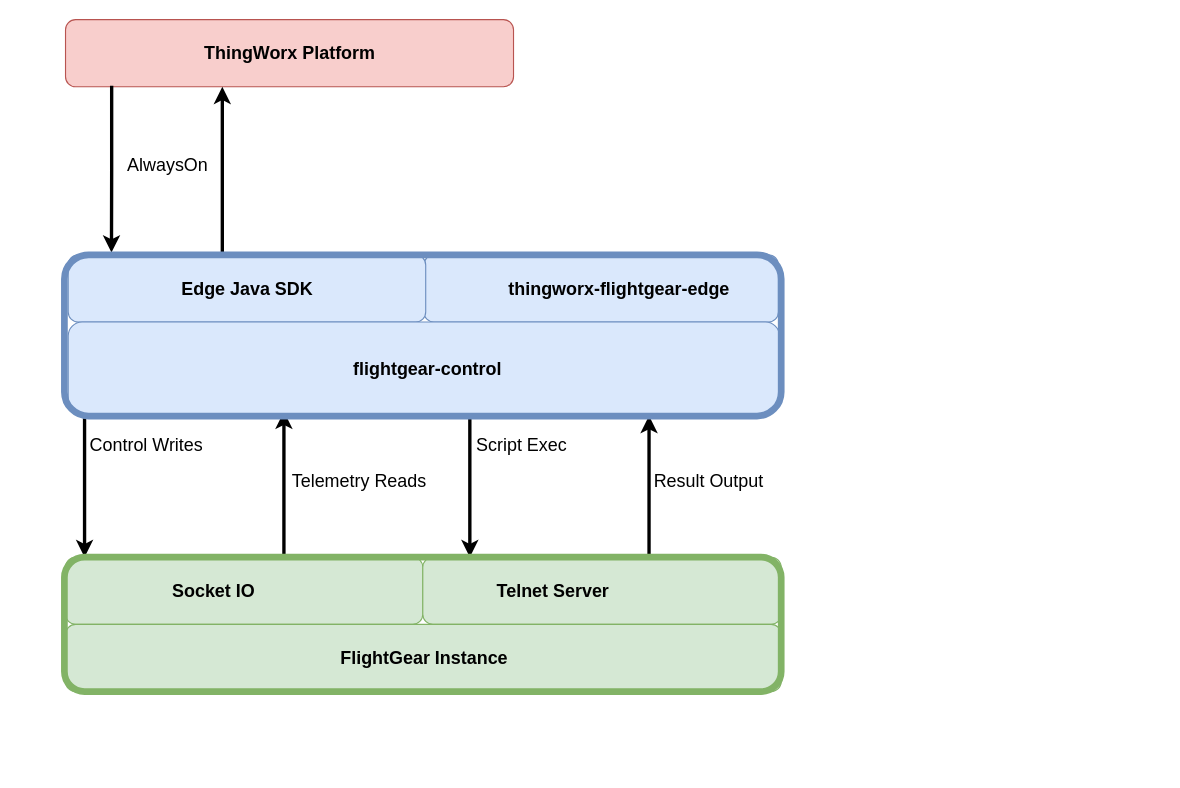
Earlier version of the draw.io diagram doc/twx-fg-edge-entities.drawio (jas0ndiamond/thingworx-flightgear-edge). Source tidied: cells renumbered, new cells numbered last; positions are measured from the earlier drawing's top-left corner, leaving out a move shared by most shapes. Both pictures are drawn from the tidied source at 112%, with x=0, y=0 at pixel (64, 19).
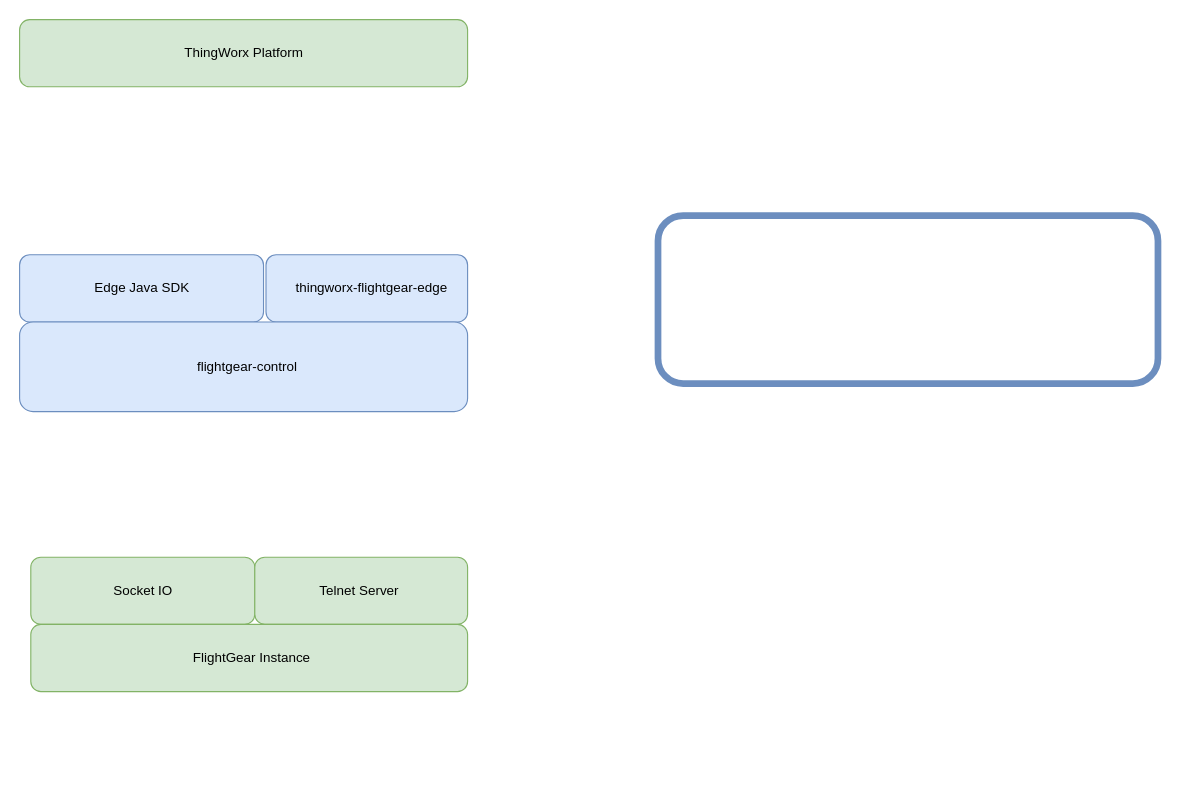
The same diagram, later.

Diff of the diagram source:
```diff
@@
     <mxCell id="2" style="group;" parent="1" vertex="1">
-      <mxGeometry x="1" y="480" width="319" height="60" as="geometry" />
+      <mxGeometry x="-30" y="480" width="200" height="60" as="geometry" />
     </mxCell>
     <mxCell id="3" style="rounded=1;whiteSpace=wrap;html=1;strokeWidth=1;fillColor=#d5e8d4;strokeColor=#82b366;" parent="2" vertex="1">
-      <mxGeometry width="319" height="60" as="geometry" />
+      <mxGeometry width="200" height="60" as="geometry" />
     </mxCell>
-    <mxCell id="4" value="&lt;b&gt;&lt;font style=&quot;font-size: 16px&quot;&gt;Socket IO&lt;/font&gt;&lt;/b&gt;" style="text;html=1;align=center;verticalAlign=middle;fillColor=none;strokeColor=none;rounded=0;" parent="2" vertex="1">
-      <mxGeometry x="86.9" y="20" width="90" height="20" as="geometry" />
+    <mxCell id="4" value="Socket IO" style="text;html=1;align=center;verticalAlign=middle;fillColor=none;strokeColor=none;rounded=0;" parent="2" vertex="1">
+      <mxGeometry x="65" y="20" width="70" height="20" as="geometry" />
     </mxCell>
     <mxCell id="5" style="group;" parent="1" vertex="1">
-      <mxGeometry x="320" y="480" width="320" height="60" as="geometry" />
+      <mxGeometry x="170" y="480" width="190" height="60" as="geometry" />
     </mxCell>
     <mxCell id="6" style="rounded=1;whiteSpace=wrap;html=1;strokeWidth=1;fillColor=#d5e8d4;strokeColor=#82b366;" parent="5" vertex="1">
-      <mxGeometry width="320" height="60" as="geometry" />
+      <mxGeometry width="190" height="60" as="geometry" />
     </mxCell>
-    <mxCell id="7" value="&lt;div style=&quot;font-size: 16px&quot;&gt;&lt;b&gt;Telnet Server&lt;/b&gt;&lt;/div&gt;" style="text;html=1;align=center;verticalAlign=middle;fillColor=none;strokeColor=none;rounded=0;" parent="5" vertex="1">
-      <mxGeometry x="56" y="20" width="120" height="20" as="geometry" />
+    <mxCell id="7" value="&lt;div&gt;Telnet Server&lt;/div&gt;" style="text;html=1;align=center;verticalAlign=middle;fillColor=none;strokeColor=none;rounded=0;" parent="5" vertex="1">
+      <mxGeometry x="47.5" y="20" width="90" height="20" as="geometry" />
     </mxCell>
+    <mxCell id="33" style="group;" parent="1" vertex="1">
+      <mxGeometry x="-30" y="540" width="390" height="60" as="geometry" />
+    </mxCell>
+    <mxCell id="20" style="rounded=1;whiteSpace=wrap;html=1;strokeColor=#82B366;strokeWidth=1;fillColor=#D5E8D4;" parent="33" vertex="1">
+      <mxGeometry width="390" height="60" as="geometry" />
+    </mxCell>
+    <mxCell id="21" value="FlightGear Instance" style="text;html=1;align=center;verticalAlign=middle;fillColor=none;strokeColor=none;rounded=0;" parent="33" vertex="1">
+      <mxGeometry x="136.5" y="20" width="120" height="20" as="geometry" />
+    </mxCell>
-    <mxCell id="8" style="rounded=1;whiteSpace=wrap;html=1;strokeColor=#b85450;strokeWidth=1;fillColor=#f8cecc;" parent="1" vertex="1">
-      <mxGeometry x="1" width="400" height="60" as="geometry" />
+    <mxCell id="8" style="rounded=1;whiteSpace=wrap;html=1;strokeColor=#82B366;strokeWidth=1;fillColor=#D5E8D4;" parent="1" vertex="1">
+      <mxGeometry x="-40" width="400" height="60" as="geometry" />
     </mxCell>
+    <mxCell id="32" style="rounded=1;whiteSpace=wrap;html=1;fillColor=none;strokeColor=#6c8ebf;strokeWidth=6;" parent="1" vertex="1">
+      <mxGeometry x="530" y="175" width="446.4" height="150" as="geometry" />
+    </mxCell>
+    <mxCell id="34" style="group;" parent="1" vertex="1">
+      <mxGeometry x="-30" y="210" width="217.8" height="60" as="geometry" />
+    </mxCell>
+    <mxCell id="35" style="group;" parent="34" vertex="1">
+      <mxGeometry x="-10" width="217.8" height="60" as="geometry" />
+    </mxCell>
+    <mxCell id="22" style="rounded=1;whiteSpace=wrap;html=1;fillColor=#dae8fc;strokeColor=#6c8ebf;noLabel=0;" parent="35" vertex="1">
+      <mxGeometry width="217.8" height="60" as="geometry" />
+    </mxCell>
+    <mxCell id="23" value="&lt;div&gt;Edge Java SDK&lt;/div&gt;" style="text;html=1;align=center;verticalAlign=middle;fillColor=none;strokeColor=none;rounded=0;" parent="35" vertex="1">
+      <mxGeometry x="58.9" y="20" width="100" height="20" as="geometry" />
+    </mxCell>
     <mxCell id="9" style="group;" parent="1" vertex="1">
-      <mxGeometry x="171" y="210" width="469" height="60" as="geometry" />
+      <mxGeometry x="180" y="210" width="180" height="60" as="geometry" />
     </mxCell>
     <mxCell id="10" style="rounded=1;whiteSpace=wrap;html=1;fillColor=#dae8fc;strokeColor=#6c8ebf;" parent="9" vertex="1">
-      <mxGeometry x="150" width="316.5" height="60" as="geometry" />
+      <mxGeometry width="180" height="60" as="geometry" />
     </mxCell>
-    <mxCell id="11" value="&lt;div style=&quot;font-size: 16px&quot;&gt;&lt;b&gt;ThingWorx Platform&lt;/b&gt;&lt;/div&gt;" style="text;html=1;align=center;verticalAlign=middle;fillColor=none;strokeColor=none;rounded=0;" parent="1" vertex="1">
-      <mxGeometry x="116" y="20" width="170" height="20" as="geometry" />
-    </mxCell>
-    <mxCell id="12" style="edgeStyle=orthogonalEdgeStyle;rounded=0;jettySize=auto;html=1;strokeWidth=3;" parent="1" edge="1" source="22">
-      <mxGeometry relative="1" as="geometry">
-        <mxPoint x="141" y="60" as="targetPoint" />
-        <Array as="points">
-          <mxPoint x="141" y="60" />
-        </Array>
-      </mxGeometry>
-    </mxCell>
-    <mxCell id="13" style="edgeStyle=orthogonalEdgeStyle;rounded=0;orthogonalLoop=1;jettySize=auto;html=1;strokeWidth=3;" parent="1" edge="1">
-      <mxGeometry relative="1" as="geometry">
-        <mxPoint x="18" y="356" as="sourcePoint" />
-        <mxPoint x="18" y="480" as="targetPoint" />
-        <Array as="points">
-          <mxPoint x="18" y="450" />
-          <mxPoint x="18" y="450" />
-        </Array>
-      </mxGeometry>
-    </mxCell>
-    <mxCell id="14" style="edgeStyle=orthogonalEdgeStyle;rounded=0;orthogonalLoop=1;jettySize=auto;html=1;strokeWidth=3;" parent="1" edge="1">
-      <mxGeometry relative="1" as="geometry">
-        <mxPoint x="196" y="480" as="sourcePoint" />
-        <mxPoint x="196" y="350" as="targetPoint" />
-        <Array as="points">
-          <mxPoint x="196" y="350" />
-        </Array>
-      </mxGeometry>
-    </mxCell>
-    <mxCell id="15" style="edgeStyle=orthogonalEdgeStyle;rounded=0;orthogonalLoop=1;jettySize=auto;html=1;strokeWidth=3;" parent="1" edge="1">
-      <mxGeometry relative="1" as="geometry">
-        <mxPoint x="362" y="353.8" as="sourcePoint" />
-        <mxPoint x="362" y="480" as="targetPoint" />
-        <Array as="points">
-          <mxPoint x="362" y="475" />
-        </Array>
-      </mxGeometry>
-    </mxCell>
-    <mxCell id="16" style="edgeStyle=orthogonalEdgeStyle;rounded=0;orthogonalLoop=1;jettySize=auto;html=1;strokeWidth=3;" parent="1" edge="1">
-      <mxGeometry relative="1" as="geometry">
-        <mxPoint x="522" y="480" as="sourcePoint" />
-        <mxPoint x="522" y="353.8" as="targetPoint" />
-        <Array as="points">
-          <mxPoint x="522" y="430" />
-          <mxPoint x="522" y="430" />
-        </Array>
-      </mxGeometry>
-    </mxCell>
-    <mxCell id="17" style="edgeStyle=orthogonalEdgeStyle;rounded=0;jettySize=auto;html=1;exitX=0.103;exitY=0.983;exitDx=0;exitDy=0;exitPerimeter=0;entryX=0.121;entryY=-0.033;entryDx=0;entryDy=0;entryPerimeter=0;shadow=0;strokeWidth=3;" parent="1" edge="1" source="8" target="22">
-      <mxGeometry relative="1" as="geometry" />
-    </mxCell>
-    <mxCell id="18" value="AlwaysOn" style="text;html=1;align=center;verticalAlign=middle;fillColor=none;strokeColor=none;rounded=0;fontSize=16;" parent="1" vertex="1">
-      <mxGeometry x="47" y="120" width="90" height="20" as="geometry" />
-    </mxCell>
-    <mxCell id="19" value="Control Writes" style="text;html=1;align=center;verticalAlign=middle;fillColor=none;strokeColor=none;rounded=0;fontSize=16;" parent="1" vertex="1">
-      <mxGeometry x="13" y="370" width="120" height="20" as="geometry" />
-    </mxCell>
-    <mxCell id="20" style="rounded=1;whiteSpace=wrap;html=1;strokeColor=#82B366;strokeWidth=1;fillColor=#D5E8D4;" parent="1" vertex="1">
-      <mxGeometry x="1" y="540" width="639" height="60" as="geometry" />
-    </mxCell>
-    <mxCell id="21" value="&lt;font style=&quot;font-size: 16px&quot;&gt;&lt;b&gt;FlightGear Instance&lt;/b&gt;&lt;/font&gt;" style="text;html=1;align=center;verticalAlign=middle;fillColor=none;strokeColor=none;rounded=0;" parent="1" vertex="1">
-      <mxGeometry x="240.5" y="560" width="160" height="20" as="geometry" />
-    </mxCell>
-    <mxCell id="22" style="rounded=1;whiteSpace=wrap;html=1;fillColor=#dae8fc;strokeColor=#6c8ebf;noLabel=0;" parent="1" vertex="1">
-      <mxGeometry x="3.4" y="210" width="319.2" height="60" as="geometry" />
-    </mxCell>
-    <mxCell id="23" value="&lt;div style=&quot;font-size: 16px&quot;&gt;&lt;b&gt;Edge Java SDK&lt;/b&gt;&lt;/div&gt;" style="text;html=1;align=center;verticalAlign=middle;fillColor=none;strokeColor=none;rounded=0;" parent="1" vertex="1">
-      <mxGeometry x="98" y="230" width="130" height="20" as="geometry" />
-    </mxCell>
+    <mxCell id="28" value="thingworx-flightgear-edge" style="text;html=1;align=center;verticalAlign=middle;fillColor=none;strokeColor=none;rounded=0;" parent="9" vertex="1">
+      <mxGeometry x="18.9" y="20" width="150" height="20" as="geometry" />
+    </mxCell>
-    <mxCell id="24" style="group;rotation=90;" parent="1" vertex="1">
-      <mxGeometry x="3.4" y="270" width="641" height="157.1" as="geometry" />
+    <mxCell id="24" style="group;" parent="1" vertex="1">
+      <mxGeometry x="-40" y="270" width="400" height="80" as="geometry" />
     </mxCell>
     <mxCell id="25" style="rounded=1;whiteSpace=wrap;html=1;fillColor=#dae8fc;strokeColor=#6c8ebf;" parent="24" vertex="1">
-      <mxGeometry width="635" height="82.5" as="geometry" />
+      <mxGeometry width="400" height="80" as="geometry" />
     </mxCell>
-    <mxCell id="26" value="&lt;div style=&quot;font-size: 16px&quot;&gt;&lt;b&gt;flightgear-control&lt;/b&gt;&lt;/div&gt;" style="text;html=1;align=center;verticalAlign=middle;fillColor=none;strokeColor=none;rounded=0;" parent="24" vertex="1">
-      <mxGeometry x="245.4" y="31.9" width="150" height="20" as="geometry" />
+    <mxCell id="26" value="&lt;div&gt;flightgear-control&lt;/div&gt;" style="text;html=1;align=center;verticalAlign=middle;fillColor=none;strokeColor=none;rounded=0;" parent="24" vertex="1">
+      <mxGeometry x="152.9" y="30" width="100" height="20" as="geometry" />
     </mxCell>
-    <mxCell id="27" value="&lt;div&gt;Telemetry Reads&lt;/div&gt;" style="text;html=1;align=center;verticalAlign=middle;fillColor=none;strokeColor=none;rounded=0;fontSize=16;" parent="24" vertex="1">
-      <mxGeometry x="189.2" y="132.2" width="140" height="20" as="geometry" />
-    </mxCell>
-    <mxCell id="28" value="&lt;b&gt;&lt;font style=&quot;font-size: 16px&quot;&gt;thingworx-flightgear-edge&lt;/font&gt;&lt;/b&gt;" style="text;html=1;align=center;verticalAlign=middle;fillColor=none;strokeColor=none;rounded=0;" parent="1" vertex="1">
-      <mxGeometry x="390" y="230" width="210" height="20" as="geometry" />
-    </mxCell>
-    <mxCell id="29" value="Script Exec" style="text;html=1;align=center;verticalAlign=middle;fillColor=none;strokeColor=none;rounded=0;fontSize=16;" parent="1" vertex="1">
-      <mxGeometry x="358" y="370" width="100" height="20" as="geometry" />
-    </mxCell>
-    <mxCell id="30" value="&lt;div&gt;Result Output&lt;br&gt;&lt;/div&gt;" style="text;html=1;align=center;verticalAlign=middle;fillColor=none;strokeColor=none;rounded=0;fontSize=16;" parent="1" vertex="1">
-      <mxGeometry x="519.6" y="402.2" width="110" height="20" as="geometry" />
-    </mxCell>
-    <mxCell id="31" style="rounded=1;whiteSpace=wrap;html=1;fillColor=none;strokeColor=#82B366;strokeWidth=6;" parent="1" vertex="1">
-      <mxGeometry y="480" width="640" height="120" as="geometry" />
-    </mxCell>
-    <mxCell id="32" style="rounded=1;whiteSpace=wrap;html=1;fillColor=none;strokeColor=#6c8ebf;strokeWidth=6;" parent="1" vertex="1">
-      <mxGeometry y="210" width="640" height="144" as="geometry" />
-    </mxCell>
+    <mxCell id="11" value="&lt;div&gt;ThingWorx Platform&lt;/div&gt;" style="text;html=1;align=center;verticalAlign=middle;fillColor=none;strokeColor=none;rounded=0;" parent="1" vertex="1">
+      <mxGeometry x="100" y="20" width="120" height="20" as="geometry" />
+    </mxCell>
```
